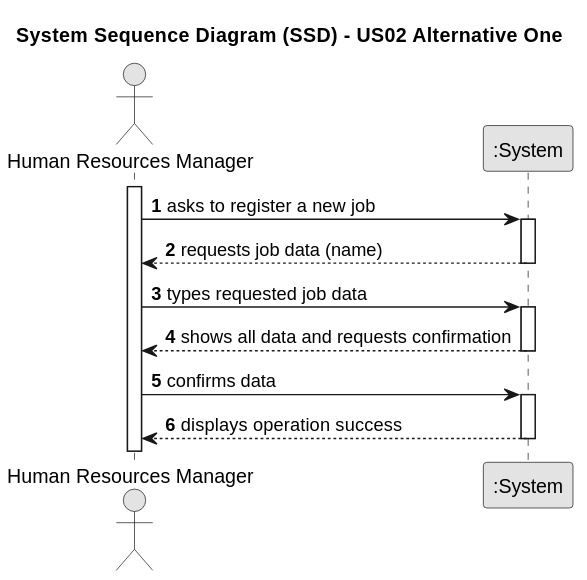
The PlantUML diagram docs/sprint3/us002/01.requirements-engineering/svg/us002-system-sequence-diagram-alternative-one.svg in tiagosoa/lei-24-s2-1dgh-g073, before a commit.
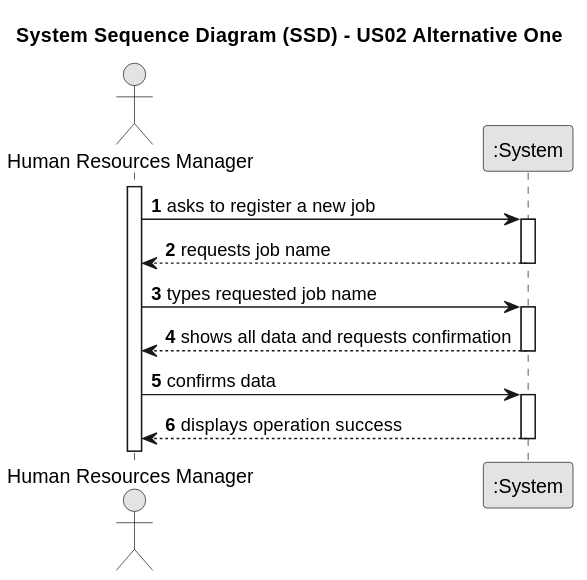
Above is the later version.

What changed in the source:
```diff
@@ -15,10 +15,10 @@
     Employee -> System : asks to register a new job
     activate System
 
-        System --> Employee : requests job data (name)
+        System --> Employee : requests job name
     deactivate System
 
-    Employee -> System : types requested job data
+    Employee -> System : types requested job name
     activate System
 
     System --> Employee : shows all data and requests confirmation
```
